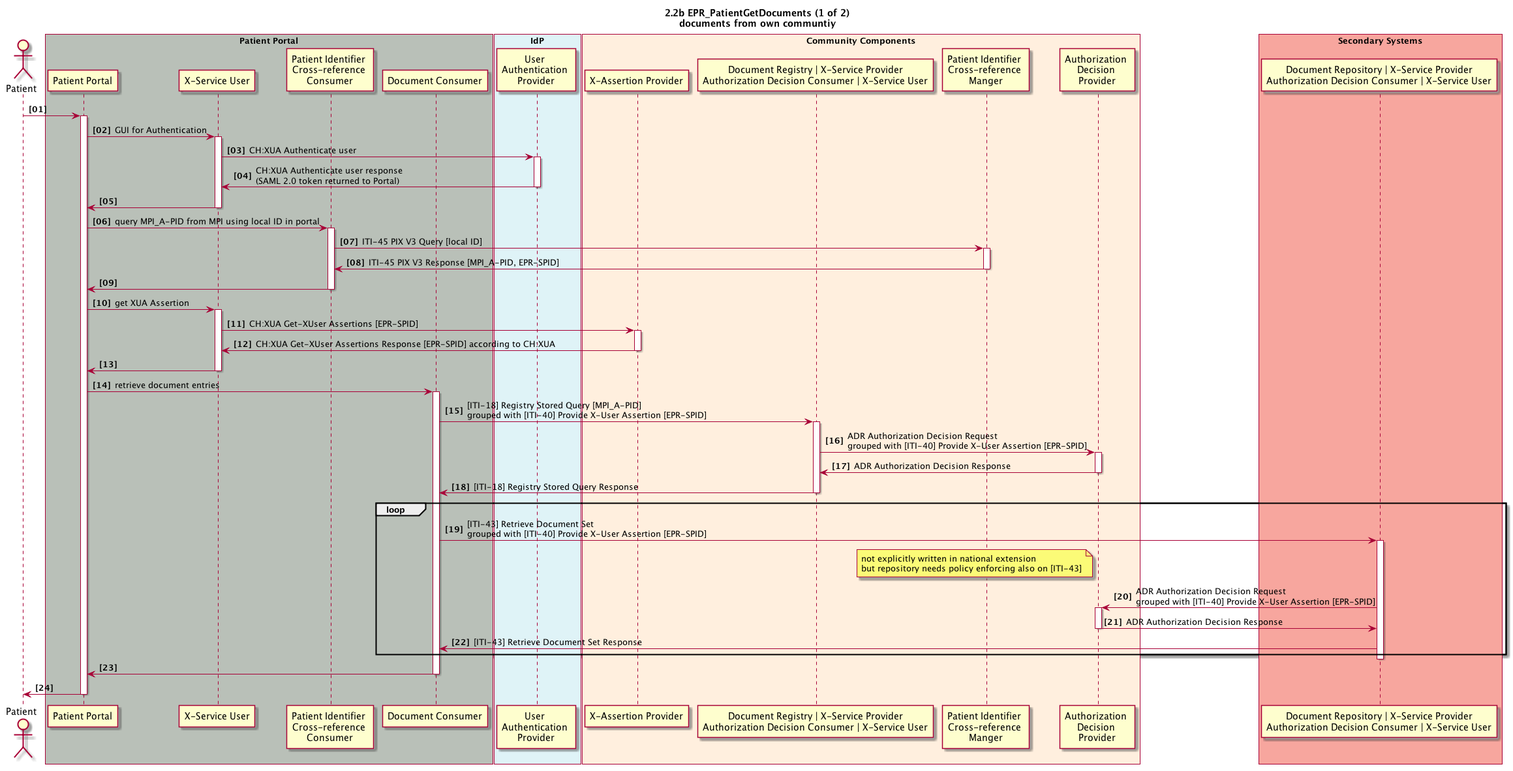
Before: 2_02b_EPR_PatientGetDocuments1of2.plantuml.png, a diagram exported from PlantUML (ahdis/ch-epr-seqdiag). Source of this version:
```plantuml
@startuml
skinparam Padding 1
autonumber 1 1 "<b>[00]"
title 2.2b EPR_PatientGetDocuments (1 of 2)\ndocuments from own communtiy

actor patient as "Patient"

box "Patient Portal" #B9C0B8
	participant pp_gui as "Patient Portal"
	participant pp_x_service_user as "X-Service User"
	participant pp_pix_x_ref_consumer as "Patient Identifier \nCross-reference \nConsumer"
    participant pp_doc_consumer as "Document Consumer"
end box

box "IdP" #DFF3F7
	participant idp_user_authentication_provider as "User \nAuthentication \nProvider"
end box

box "Community Components" #FFEFDE
	participant cc_x_assertion_provider as "X-Assertion Provider"
	participant cc_doc_registry as "Document Registry | X-Service Provider\nAuthorization Decision Consumer | X-Service User"
	participant cc_mpi_x_ref_manager as "Patient Identifier \nCross-reference \nManger"
  participant cc_adp as "Authorization \nDecision \nProvider"
end box

box "Secondary Systems" #F7A69E
	participant ss_doc_repository as "Document Repository | X-Service Provider\nAuthorization Decision Consumer | X-Service User"
end box

patient -> pp_gui
activate pp_gui

pp_gui -> pp_x_service_user : GUI for Authentication
activate pp_x_service_user
pp_x_service_user -> idp_user_authentication_provider : CH:XUA Authenticate user
activate idp_user_authentication_provider
pp_x_service_user <- idp_user_authentication_provider : CH:XUA Authenticate user response \n(SAML 2.0 token returned to Portal)
deactivate idp_user_authentication_provider
pp_gui <- pp_x_service_user
deactivate pp_x_service_user

pp_gui -> pp_pix_x_ref_consumer: query MPI_A-PID from MPI using local ID in portal
activate pp_pix_x_ref_consumer
pp_pix_x_ref_consumer -> cc_mpi_x_ref_manager: ITI-45 PIX V3 Query [local ID]
activate cc_mpi_x_ref_manager
pp_pix_x_ref_consumer <- cc_mpi_x_ref_manager: ITI-45 PIX V3 Response [MPI_A-PID, EPR-SPID]
deactivate cc_mpi_x_ref_manager
pp_gui <- pp_pix_x_ref_consumer
deactivate pp_pix_x_ref_consumer

pp_gui -> pp_x_service_user : get XUA Assertion
activate pp_x_service_user
pp_x_service_user -> cc_x_assertion_provider: CH:XUA Get-XUser Assertions [EPR-SPID]
activate cc_x_assertion_provider
pp_x_service_user <- cc_x_assertion_provider: CH:XUA Get-XUser Assertions Response [EPR-SPID] according to CH:XUA
deactivate cc_x_assertion_provider
pp_gui <- pp_x_service_user
deactivate pp_x_service_user

pp_gui -> pp_doc_consumer: retrieve document entries
activate pp_doc_consumer
pp_doc_consumer -> cc_doc_registry: [ITI-18] Registry Stored Query [MPI_A-PID]\ngrouped with [ITI-40] Provide X-User Assertion [EPR-SPID]
activate cc_doc_registry
  cc_doc_registry -> cc_adp: ADR Authorization Decision Request\ngrouped with [ITI-40] Provide X-User Assertion [EPR-SPID]
  activate cc_adp
  cc_doc_registry <- cc_adp: ADR Authorization Decision Response
  deactivate cc_adp

pp_doc_consumer <- cc_doc_registry: [ITI-18] Registry Stored Query Response
deactivate cc_doc_registry

loop
  pp_doc_consumer -> ss_doc_repository: [ITI-43] Retrieve Document Set\ngrouped with [ITI-40] Provide X-User Assertion [EPR-SPID]
  activate ss_doc_repository
  note left cc_adp: not explicitly written in national extension\nbut repository needs policy enforcing also on [ITI-43]
  ss_doc_repository -> cc_adp: ADR Authorization Decision Request\ngrouped with [ITI-40] Provide X-User Assertion [EPR-SPID]
  activate cc_adp
  ss_doc_repository <- cc_adp: ADR Authorization Decision Response
  deactivate cc_adp
  pp_doc_consumer <- ss_doc_repository: [ITI-43] Retrieve Document Set Response
end
deactivate ss_doc_repository

pp_gui <- pp_doc_consumer

deactivate pp_doc_consumer

patient <- pp_gui
deactivate pp_gui

@enduml
```
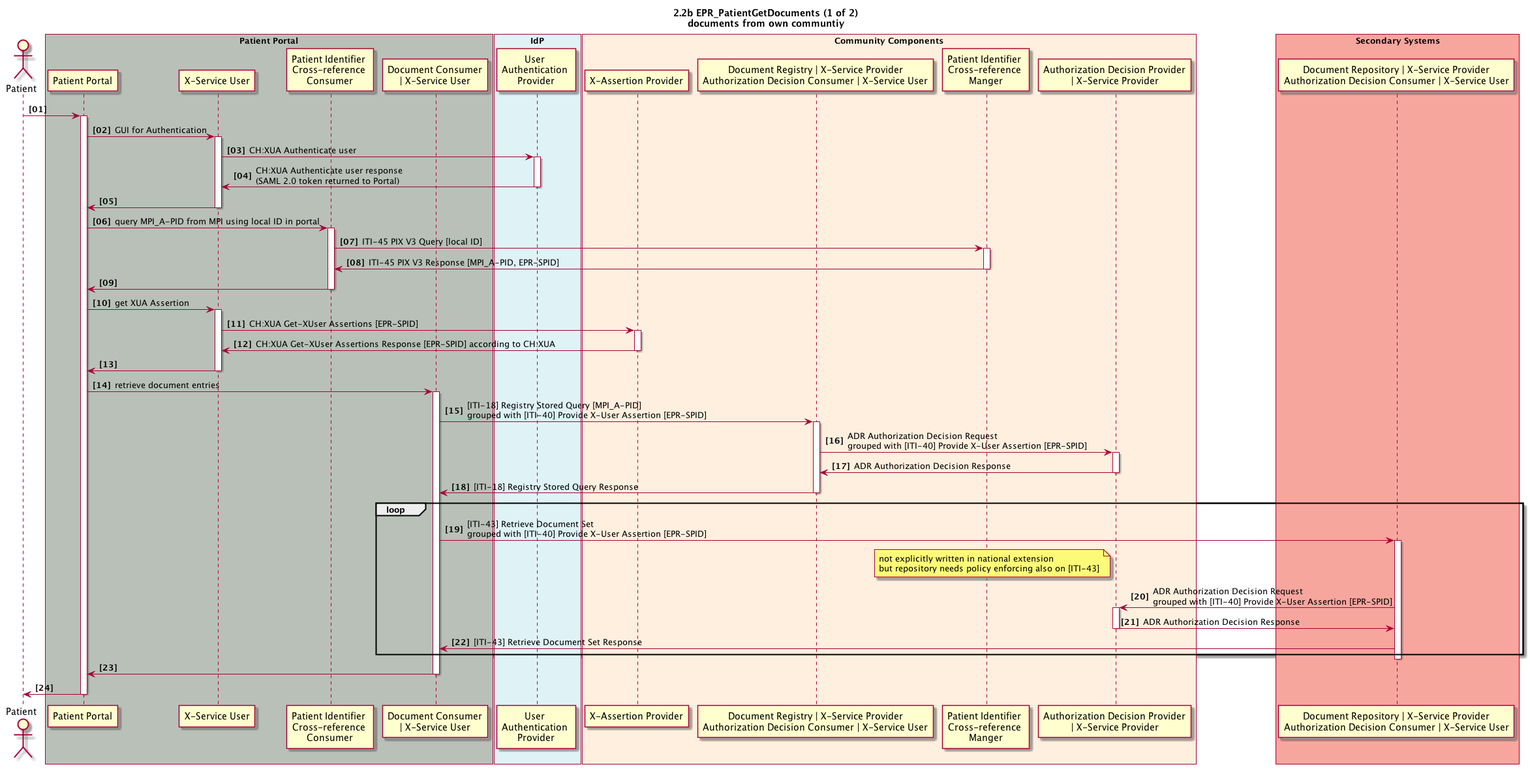
After the commit.

What changed in the source:
```diff
@@ -9,7 +9,7 @@
 	participant pp_gui as "Patient Portal"
 	participant pp_x_service_user as "X-Service User"
 	participant pp_pix_x_ref_consumer as "Patient Identifier \nCross-reference \nConsumer"
-    participant pp_doc_consumer as "Document Consumer"
+    participant pp_doc_consumer as "Document Consumer\n| X-Service User"
 end box
 
 box "IdP" #DFF3F7
@@ -20,7 +20,7 @@
 	participant cc_x_assertion_provider as "X-Assertion Provider"
 	participant cc_doc_registry as "Document Registry | X-Service Provider\nAuthorization Decision Consumer | X-Service User"
 	participant cc_mpi_x_ref_manager as "Patient Identifier \nCross-reference \nManger"
-  participant cc_adp as "Authorization \nDecision \nProvider"
+  participant cc_adp as "Authorization Decision Provider\n| X-Service Provider"
 end box
 
 box "Secondary Systems" #F7A69E
```
